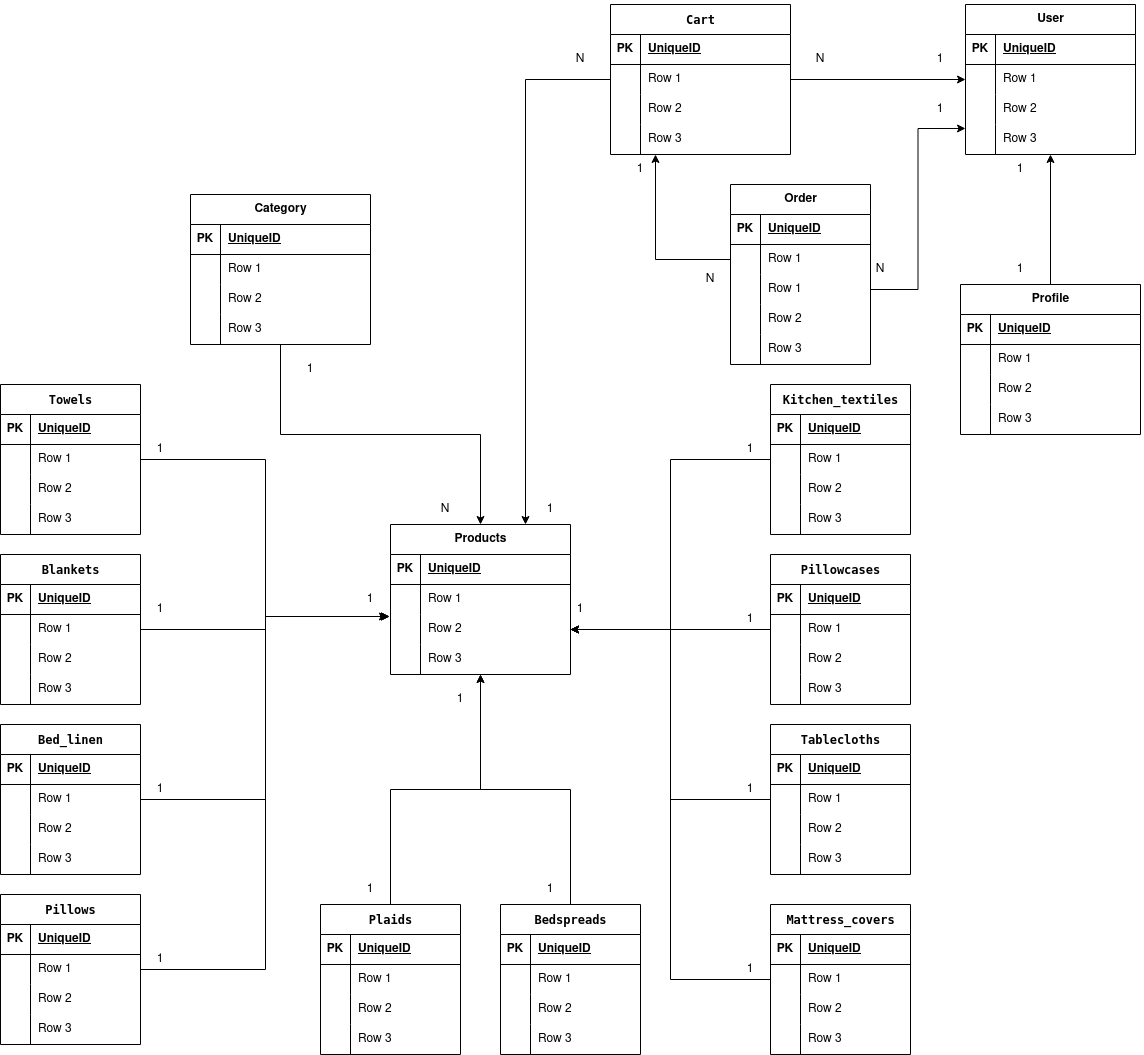
Nikita-dro/sonata_textile keeps this draw.io diagram as docs/db_schema.drawio.png. Above is the earlier version. Source tidied: cells renumbered, new cells last; positions are measured from the earlier drawing's top-left corner, leaving out a move shared by most shapes.
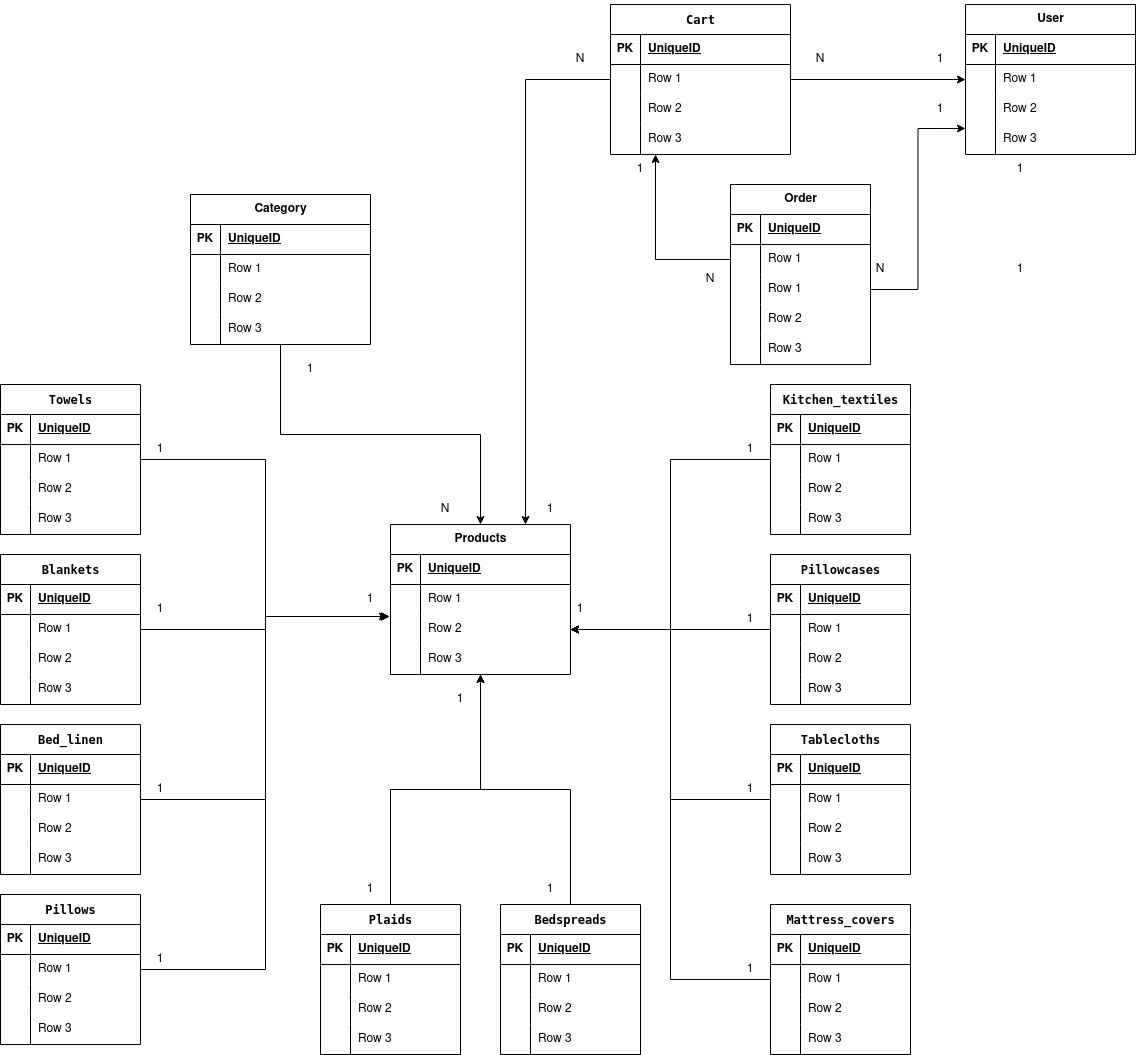
After the commit.

What changed in the source:
```diff
@@ -590,48 +590,6 @@
     <mxCell id="197" value="1" style="text;html=1;strokeColor=none;fillColor=none;align=center;verticalAlign=middle;whiteSpace=wrap;rounded=0;" parent="1" vertex="1">
       <mxGeometry x="340" y="580" width="60" height="30" as="geometry" />
     </mxCell>
-    <mxCell id="198" style="edgeStyle=orthogonalEdgeStyle;rounded=0;jettySize=auto;html=1;exitX=0.5;exitY=0;exitDx=0;exitDy=0;entryX=0.5;entryY=1;entryDx=0;entryDy=0;" parent="1" edge="1" source="199" target="2">
-      <mxGeometry relative="1" as="geometry" />
-    </mxCell>
-    <mxCell id="199" value="Profile" style="shape=table;startSize=30;rowLines=0;fontStyle=1;align=center;html=1;" parent="1" vertex="1">
-      <mxGeometry x="960" y="280" width="180" height="150" as="geometry" />
-    </mxCell>
-    <mxCell id="200" style="shape=tableRow;horizontal=0;startSize=0;swimlaneHead=0;swimlaneBody=0;fillColor=none;top=0;left=0;right=0;bottom=1;" parent="199" vertex="1">
-      <mxGeometry y="30" width="180" height="30" as="geometry" />
-    </mxCell>
-    <mxCell id="201" value="PK" style="shape=partialRectangle;fillColor=none;top=0;left=0;bottom=0;right=0;fontStyle=1;overflow=hidden;whiteSpace=wrap;html=1;" parent="200" vertex="1">
-      <mxGeometry width="30" height="30" as="geometry" />
-    </mxCell>
-    <mxCell id="202" value="UniqueID" style="shape=partialRectangle;fillColor=none;top=0;left=0;bottom=0;right=0;align=left;spacingLeft=6;fontStyle=5;overflow=hidden;whiteSpace=wrap;html=1;" parent="200" vertex="1">
-      <mxGeometry x="30" width="150" height="30" as="geometry" />
-    </mxCell>
-    <mxCell id="203" style="shape=tableRow;horizontal=0;startSize=0;swimlaneHead=0;swimlaneBody=0;fillColor=none;top=0;left=0;right=0;bottom=0;" parent="199" vertex="1">
-      <mxGeometry y="60" width="180" height="30" as="geometry" />
-    </mxCell>
-    <mxCell id="204" style="shape=partialRectangle;fillColor=none;top=0;left=0;bottom=0;right=0;overflow=hidden;whiteSpace=wrap;html=1;" parent="203" vertex="1">
-      <mxGeometry width="30" height="30" as="geometry" />
-    </mxCell>
-    <mxCell id="205" value="Row 1" style="shape=partialRectangle;fillColor=none;top=0;left=0;bottom=0;right=0;align=left;spacingLeft=6;overflow=hidden;whiteSpace=wrap;html=1;" parent="203" vertex="1">
-      <mxGeometry x="30" width="150" height="30" as="geometry" />
-    </mxCell>
-    <mxCell id="206" style="shape=tableRow;horizontal=0;startSize=0;swimlaneHead=0;swimlaneBody=0;fillColor=none;top=0;left=0;right=0;bottom=0;" parent="199" vertex="1">
-      <mxGeometry y="90" width="180" height="30" as="geometry" />
-    </mxCell>
-    <mxCell id="207" style="shape=partialRectangle;fillColor=none;top=0;left=0;bottom=0;right=0;overflow=hidden;whiteSpace=wrap;html=1;" parent="206" vertex="1">
-      <mxGeometry width="30" height="30" as="geometry" />
-    </mxCell>
-    <mxCell id="208" value="Row 2" style="shape=partialRectangle;fillColor=none;top=0;left=0;bottom=0;right=0;align=left;spacingLeft=6;overflow=hidden;whiteSpace=wrap;html=1;" parent="206" vertex="1">
-      <mxGeometry x="30" width="150" height="30" as="geometry" />
-    </mxCell>
-    <mxCell id="209" style="shape=tableRow;horizontal=0;startSize=0;swimlaneHead=0;swimlaneBody=0;fillColor=none;top=0;left=0;right=0;bottom=0;" parent="199" vertex="1">
-      <mxGeometry y="120" width="180" height="30" as="geometry" />
-    </mxCell>
-    <mxCell id="210" style="shape=partialRectangle;fillColor=none;top=0;left=0;bottom=0;right=0;overflow=hidden;whiteSpace=wrap;html=1;" parent="209" vertex="1">
-      <mxGeometry width="30" height="30" as="geometry" />
-    </mxCell>
-    <mxCell id="211" value="Row 3" style="shape=partialRectangle;fillColor=none;top=0;left=0;bottom=0;right=0;align=left;spacingLeft=6;overflow=hidden;whiteSpace=wrap;html=1;" parent="209" vertex="1">
-      <mxGeometry x="30" width="150" height="30" as="geometry" />
-    </mxCell>
     <mxCell id="212" value="1" style="text;html=1;strokeColor=none;fillColor=none;align=center;verticalAlign=middle;whiteSpace=wrap;rounded=0;" parent="1" vertex="1">
       <mxGeometry x="280" y="350" width="60" height="30" as="geometry" />
     </mxCell>
```
